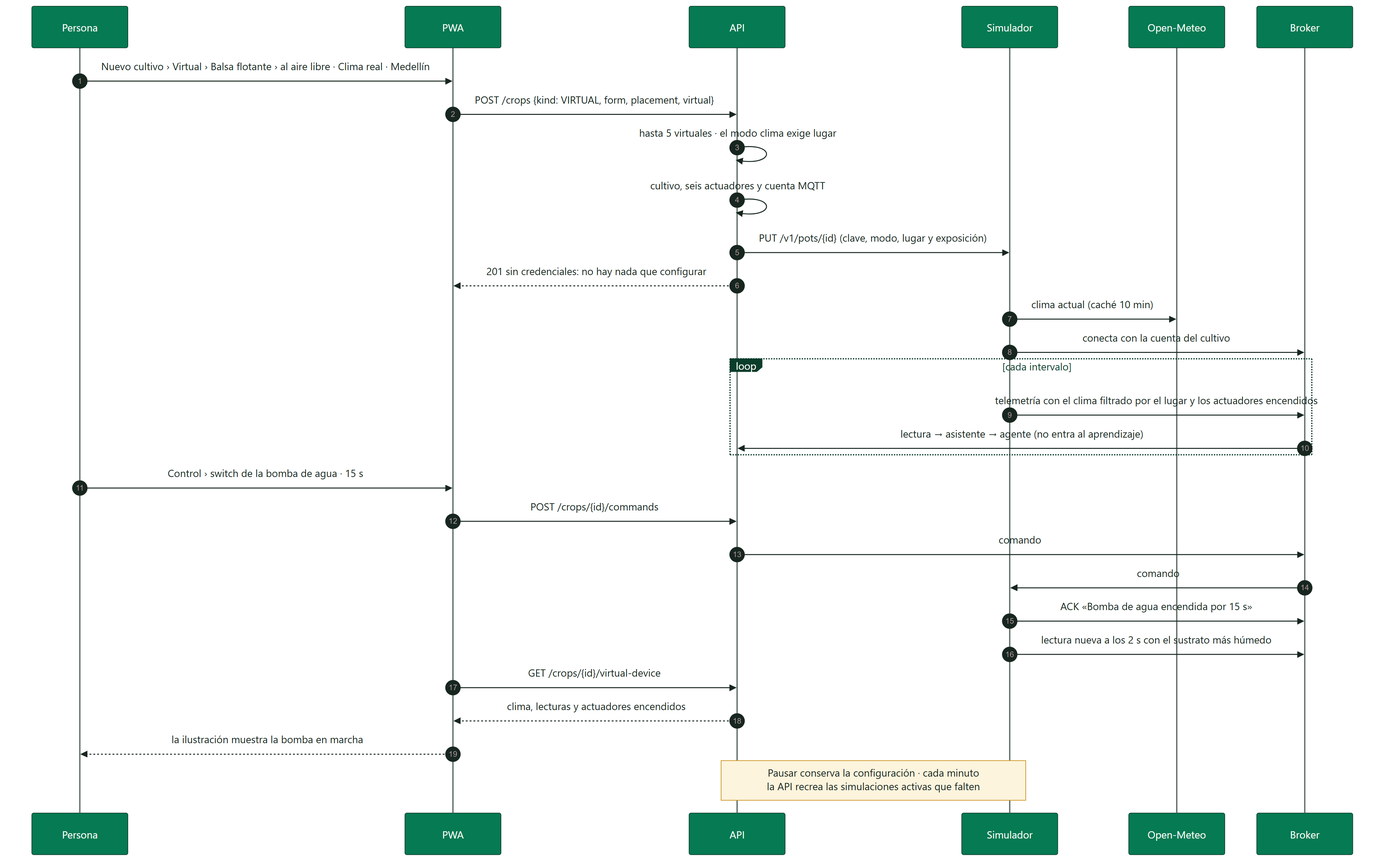
This is docs/diagrams/SmartPot_15_Virtual_Crop_Sequence.png from SmartPotTech/.github, a Mermaid export, as it was before one commit. Its source is kept beside it as docs/diagrams/SmartPot_15_Virtual_Crop_Sequence.mmd.
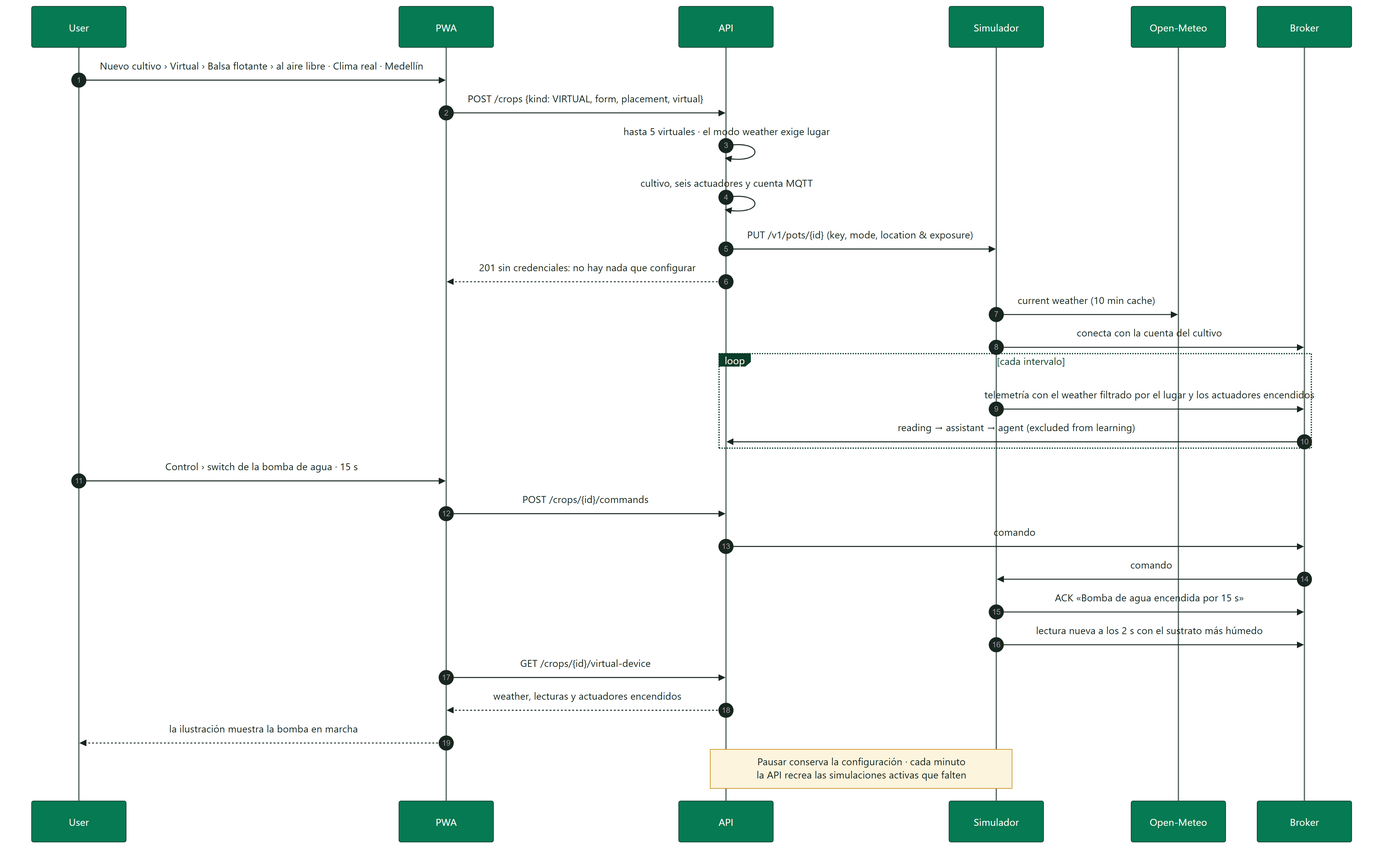
Above is the later version.

What changed in the source:
```diff
@@ -1,7 +1,7 @@
 %%{init: {"theme": "base", "fontFamily": "Segoe UI, Arial, sans-serif", "themeVariables": {"fontFamily": "Segoe UI, Arial, sans-serif", "fontSize": "15px", "primaryColor": "#DDF5EA", "primaryTextColor": "#17261F", "primaryBorderColor": "#067A52", "secondaryColor": "#E3F2FB", "secondaryTextColor": "#17261F", "secondaryBorderColor": "#1F6FA0", "tertiaryColor": "#F2F7F4", "tertiaryTextColor": "#17261F", "tertiaryBorderColor": "#D5E3DC", "lineColor": "#5B6B63", "textColor": "#17261F", "mainBkg": "#DDF5EA", "nodeBorder": "#067A52", "clusterBkg": "#F7FAF8", "clusterBorder": "#D5E3DC", "edgeLabelBackground": "#FFFFFF", "actorBkg": "#067A52", "actorBorder": "#0B3D2B", "actorTextColor": "#FFFFFF", "actorLineColor": "#5B6B63", "signalColor": "#17261F", "signalTextColor": "#17261F", "labelBoxBkgColor": "#0B3D2B", "labelBoxBorderColor": "#0B3D2B", "labelTextColor": "#FFFFFF", "loopTextColor": "#0B3D2B", "noteBkgColor": "#FDF4DD", "noteBorderColor": "#C98D12", "noteTextColor": "#17261F", "activationBkgColor": "#DDF5EA", "activationBorderColor": "#067A52", "attributeBackgroundColorOdd": "#FFFFFF", "attributeBackgroundColorEven": "#F2F7F4"}}}%%
 sequenceDiagram
   autonumber
-  participant P as Persona
+  participant P as User
   participant W as PWA
   participant A as API
   participant S as Simulador
@@ -9,15 +9,15 @@
   participant B as Broker
   P->>W: Nuevo cultivo › Virtual › Balsa flotante › al aire libre · Clima real · Medellín
   W->>A: POST /crops {kind: VIRTUAL, form, placement, virtual}
-  A->>A: hasta 5 virtuales · el modo clima exige lugar
+  A->>A: hasta 5 virtuales · el modo weather exige lugar
   A->>A: cultivo, seis actuadores y cuenta MQTT
-  A->>S: PUT /v1/pots/{id} (clave, modo, lugar y exposición)
+  A->>S: PUT /v1/pots/{id} (key, mode, location & exposure)
   A-->>W: 201 sin credenciales: no hay nada que configurar
-  S->>O: clima actual (caché 10 min)
+  S->>O: current weather (10 min cache)
   S->>B: conecta con la cuenta del cultivo
   loop cada intervalo
-    S->>B: telemetría con el clima filtrado por el lugar y los actuadores encendidos
-    B->>A: lectura → asistente → agente (no entra al aprendizaje)
+    S->>B: telemetría con el weather filtrado por el lugar y los actuadores encendidos
+    B->>A: reading → assistant → agent (excluded from learning)
   end
   P->>W: Control › switch de la bomba de agua · 15 s
   W->>A: POST /crops/{id}/commands
@@ -26,6 +26,6 @@
   S->>B: ACK «Bomba de agua encendida por 15 s»
   S->>B: lectura nueva a los 2 s con el sustrato más húmedo
   W->>A: GET /crops/{id}/virtual-device
-  A-->>W: clima, lecturas y actuadores encendidos
+  A-->>W: weather, lecturas y actuadores encendidos
   W-->>P: la ilustración muestra la bomba en marcha
   Note over A,S: Pausar conserva la configuración · cada minuto<br/>la API recrea las simulaciones activas que falten
```
